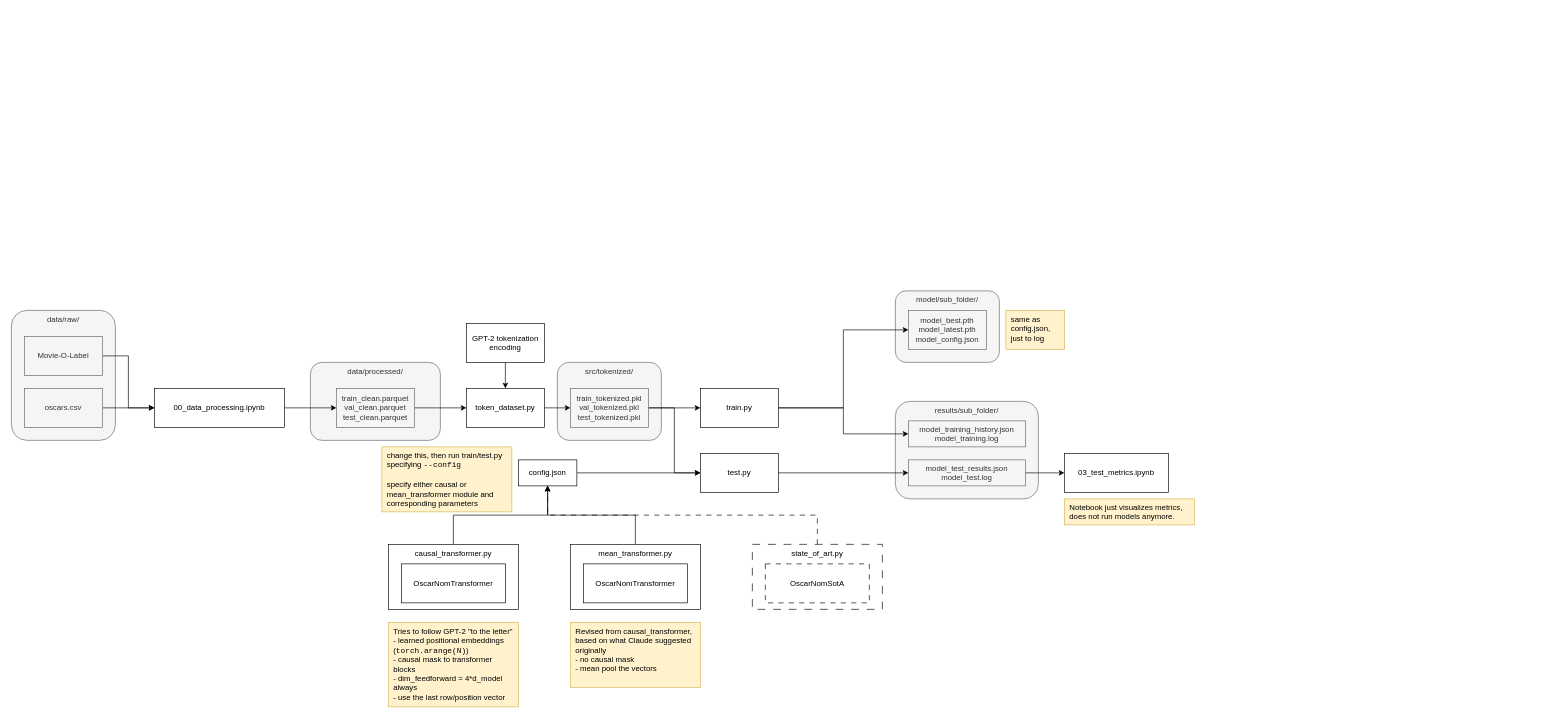
This is page "new" (2 of 2) of docs/pipeline.drawio from holistudio/oscar_nom_win, a draw.io file, before an edit. Source tidied: cells renumbered, new cells numbered last; positions are measured from the earlier drawing's top-left corner, leaving out a move shared by most shapes. Both pictures are drawn from the tidied source at 65%, with x=0, y=0 at pixel (11, 291).
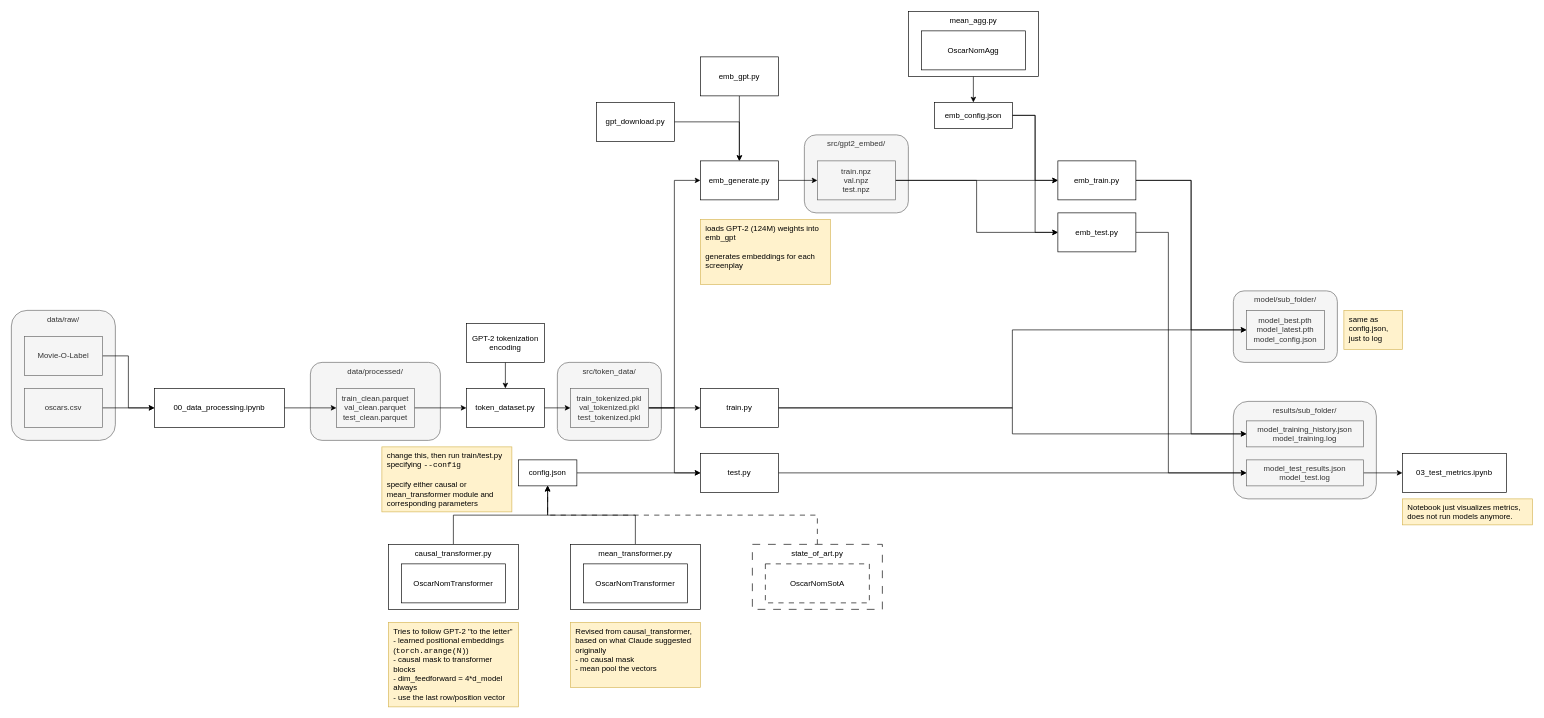
The same page after the edit.

Unchanged cells that the change refers to:
```xml
<mxCell id="21" value="train_tokenized.pkl&lt;div&gt;val_tokenized.pkl&lt;/div&gt;&lt;div&gt;test_tokenized.pkl&lt;/div&gt;" style="rounded=0;whiteSpace=wrap;html=1;fillColor=#f5f5f5;fontColor=#333333;strokeColor=#666666;" parent="1" vertex="1">
  <mxGeometry x="860" y="150" width="120" height="60" as="geometry" />
</mxCell>
```

Change to the diagram source:
```diff
@@
+    <mxCell id="48" value="src/gpt2_embed/" style="rounded=1;whiteSpace=wrap;html=1;fillColor=#f5f5f5;fontColor=#333333;strokeColor=#666666;verticalAlign=top;" parent="1" vertex="1">
+      <mxGeometry x="1220" y="-240" width="160" height="120" as="geometry" />
+    </mxCell>
     <mxCell id="2" value="model/sub_folder/" style="rounded=1;whiteSpace=wrap;html=1;fillColor=#f5f5f5;fontColor=#333333;strokeColor=#666666;verticalAlign=top;" parent="1" vertex="1">
-      <mxGeometry x="1360" width="160" height="110" as="geometry" />
+      <mxGeometry x="1880" width="160" height="110" as="geometry" />
     </mxCell>
     <mxCell id="3" value="results/sub_folder/" style="rounded=1;whiteSpace=wrap;html=1;fillColor=#f5f5f5;fontColor=#333333;strokeColor=#666666;verticalAlign=top;" parent="1" vertex="1">
-      <mxGeometry x="1360" y="170" width="220" height="150" as="geometry" />
+      <mxGeometry x="1880" y="170" width="220" height="150" as="geometry" />
     </mxCell>
-    <mxCell id="4" value="src/tokenized/" style="rounded=1;whiteSpace=wrap;html=1;fillColor=#f5f5f5;fontColor=#333333;strokeColor=#666666;verticalAlign=top;" parent="1" vertex="1">
+    <mxCell id="4" value="src/token_data/" style="rounded=1;whiteSpace=wrap;html=1;fillColor=#f5f5f5;fontColor=#333333;strokeColor=#666666;verticalAlign=top;" parent="1" vertex="1">
       <mxGeometry x="840" y="110" width="160" height="120" as="geometry" />
     </mxCell>
@@
+    <mxCell id="49" style="edgeStyle=orthogonalEdgeStyle;rounded=0;jettySize=auto;html=1;entryX=0;entryY=0.5;entryDx=0;entryDy=0;" parent="1" edge="1" source="21" target="51">
+      <mxGeometry relative="1" as="geometry" />
+    </mxCell>
@@
     <mxCell id="27" value="03_test_metrics.ipynb" style="rounded=0;whiteSpace=wrap;html=1;" parent="1" vertex="1">
-      <mxGeometry x="1620" y="250" width="160" height="60" as="geometry" />
+      <mxGeometry x="2140" y="250" width="160" height="60" as="geometry" />
     </mxCell>
@@
     <mxCell id="36" value="model_best.pth&lt;div&gt;model_latest.pth&lt;/div&gt;&lt;div&gt;model_config.json&lt;/div&gt;" style="rounded=0;whiteSpace=wrap;html=1;fillColor=#f5f5f5;fontColor=#333333;strokeColor=#666666;" parent="1" vertex="1">
-      <mxGeometry x="1380" y="30" width="120" height="60" as="geometry" />
+      <mxGeometry x="1900" y="30" width="120" height="60" as="geometry" />
     </mxCell>
@@
     <mxCell id="38" value="model_test_results.json&lt;div&gt;model_test.log&lt;/div&gt;" style="rounded=0;whiteSpace=wrap;html=1;fillColor=#f5f5f5;fontColor=#333333;strokeColor=#666666;" parent="1" vertex="1">
-      <mxGeometry x="1380" y="260" width="180" height="40" as="geometry" />
+      <mxGeometry x="1900" y="260" width="180" height="40" as="geometry" />
     </mxCell>
@@
     <mxCell id="41" value="same as config.json,&amp;nbsp;&lt;div&gt;just to log&lt;/div&gt;" style="rounded=0;whiteSpace=wrap;html=1;fillColor=#fff2cc;strokeColor=#d6b656;verticalAlign=top;align=left;spacingLeft=6;spacingRight=6;" parent="1" vertex="1">
-      <mxGeometry x="1530" y="30" width="90" height="60" as="geometry" />
+      <mxGeometry x="2050" y="30" width="90" height="60" as="geometry" />
     </mxCell>
@@
     <mxCell id="43" value="model_training_history.json&lt;div&gt;model_training.log&lt;/div&gt;" style="rounded=0;whiteSpace=wrap;html=1;fillColor=#f5f5f5;fontColor=#333333;strokeColor=#666666;" parent="1" vertex="1">
-      <mxGeometry x="1380" y="200" width="180" height="40" as="geometry" />
+      <mxGeometry x="1900" y="200" width="180" height="40" as="geometry" />
     </mxCell>
     <mxCell id="44" value="Notebook just visualizes metrics, does not run models anymore." style="rounded=0;whiteSpace=wrap;html=1;fillColor=#fff2cc;strokeColor=#d6b656;verticalAlign=top;align=left;spacingLeft=6;spacingRight=6;" parent="1" vertex="1">
-      <mxGeometry x="1620" y="320" width="200" height="40" as="geometry" />
+      <mxGeometry x="2140" y="320" width="200" height="40" as="geometry" />
     </mxCell>
@@
+    <mxCell id="50" style="edgeStyle=orthogonalEdgeStyle;rounded=0;jettySize=auto;html=1;entryX=0;entryY=0.5;entryDx=0;entryDy=0;" parent="1" edge="1" source="51" target="58">
+      <mxGeometry relative="1" as="geometry" />
+    </mxCell>
+    <mxCell id="51" value="emb_generate.py" style="rounded=0;whiteSpace=wrap;html=1;" parent="1" vertex="1">
+      <mxGeometry x="1060" y="-200" width="120" height="60" as="geometry" />
+    </mxCell>
+    <mxCell id="52" style="edgeStyle=orthogonalEdgeStyle;rounded=0;jettySize=auto;html=1;entryX=0.5;entryY=0;entryDx=0;entryDy=0;" parent="1" edge="1" source="53" target="51">
+      <mxGeometry relative="1" as="geometry" />
+    </mxCell>
+    <mxCell id="53" value="emb_gpt.py" style="rounded=0;whiteSpace=wrap;html=1;" parent="1" vertex="1">
+      <mxGeometry x="1060" y="-360" width="120" height="60" as="geometry" />
+    </mxCell>
+    <mxCell id="54" style="edgeStyle=orthogonalEdgeStyle;rounded=0;jettySize=auto;html=1;entryX=0.5;entryY=0;entryDx=0;entryDy=0;" parent="1" edge="1" source="55" target="51">
+      <mxGeometry relative="1" as="geometry" />
+    </mxCell>
+    <mxCell id="55" value="gpt_download.py" style="rounded=0;whiteSpace=wrap;html=1;" parent="1" vertex="1">
+      <mxGeometry x="900" y="-290" width="120" height="60" as="geometry" />
+    </mxCell>
+    <mxCell id="56" style="edgeStyle=orthogonalEdgeStyle;rounded=0;jettySize=auto;html=1;entryX=0;entryY=0.5;entryDx=0;entryDy=0;" parent="1" edge="1" source="58" target="63">
+      <mxGeometry relative="1" as="geometry" />
+    </mxCell>
+    <mxCell id="57" style="edgeStyle=orthogonalEdgeStyle;rounded=0;jettySize=auto;html=1;entryX=0;entryY=0.5;entryDx=0;entryDy=0;" parent="1" edge="1" source="58" target="61">
+      <mxGeometry relative="1" as="geometry" />
+    </mxCell>
+    <mxCell id="58" value="train.npz&lt;div&gt;val.npz&lt;/div&gt;&lt;div&gt;test.npz&lt;/div&gt;" style="rounded=0;whiteSpace=wrap;html=1;fillColor=#f5f5f5;fontColor=#333333;strokeColor=#666666;" parent="1" vertex="1">
+      <mxGeometry x="1240" y="-200" width="120" height="60" as="geometry" />
+    </mxCell>
+    <mxCell id="59" style="edgeStyle=orthogonalEdgeStyle;rounded=0;jettySize=auto;html=1;entryX=0;entryY=0.5;entryDx=0;entryDy=0;" parent="1" edge="1" source="61" target="36">
+      <mxGeometry relative="1" as="geometry" />
+    </mxCell>
+    <mxCell id="60" style="edgeStyle=orthogonalEdgeStyle;rounded=0;jettySize=auto;html=1;entryX=0;entryY=0.5;entryDx=0;entryDy=0;" parent="1" edge="1" source="61" target="43">
+      <mxGeometry relative="1" as="geometry" />
+    </mxCell>
+    <mxCell id="61" value="emb_train.py" style="rounded=0;whiteSpace=wrap;html=1;" parent="1" vertex="1">
+      <mxGeometry x="1610" y="-200" width="120" height="60" as="geometry" />
+    </mxCell>
+    <mxCell id="62" style="edgeStyle=orthogonalEdgeStyle;rounded=0;jettySize=auto;html=1;entryX=0;entryY=0.5;entryDx=0;entryDy=0;" parent="1" edge="1" source="63" target="38">
+      <mxGeometry relative="1" as="geometry">
+        <Array as="points">
+          <mxPoint x="1780" y="-90" />
+          <mxPoint x="1780" y="280" />
+        </Array>
+      </mxGeometry>
+    </mxCell>
+    <mxCell id="63" value="emb_test.py" style="rounded=0;whiteSpace=wrap;html=1;" parent="1" vertex="1">
+      <mxGeometry x="1610" y="-120" width="120" height="60" as="geometry" />
+    </mxCell>
+    <mxCell id="64" style="edgeStyle=orthogonalEdgeStyle;rounded=0;jettySize=auto;html=1;entryX=0;entryY=0.5;entryDx=0;entryDy=0;" parent="1" edge="1" source="66" target="61">
+      <mxGeometry relative="1" as="geometry" />
+    </mxCell>
+    <mxCell id="65" style="edgeStyle=orthogonalEdgeStyle;rounded=0;jettySize=auto;html=1;entryX=0;entryY=0.5;entryDx=0;entryDy=0;" parent="1" edge="1" source="66" target="63">
+      <mxGeometry relative="1" as="geometry" />
+    </mxCell>
+    <mxCell id="66" value="emb_config.json" style="rounded=0;whiteSpace=wrap;html=1;" parent="1" vertex="1">
+      <mxGeometry x="1420" y="-290" width="120" height="40" as="geometry" />
+    </mxCell>
+    <mxCell id="67" style="edgeStyle=orthogonalEdgeStyle;rounded=0;jettySize=auto;html=1;entryX=0.5;entryY=0;entryDx=0;entryDy=0;" parent="1" edge="1" source="68" target="66">
+      <mxGeometry relative="1" as="geometry" />
+    </mxCell>
+    <mxCell id="68" value="mean_agg.py" style="rounded=0;whiteSpace=wrap;html=1;verticalAlign=top;" parent="1" vertex="1">
+      <mxGeometry x="1380" y="-430" width="200" height="100" as="geometry" />
+    </mxCell>
+    <mxCell id="69" value="OscarNomAgg" style="rounded=0;whiteSpace=wrap;html=1;" parent="1" vertex="1">
+      <mxGeometry x="1400" y="-400" width="160" height="60" as="geometry" />
+    </mxCell>
+    <mxCell id="70" value="loads GPT-2 (124M) weights into emb_gpt&lt;div&gt;&lt;br&gt;&lt;/div&gt;&lt;div&gt;generates embeddings for each screenplay&lt;/div&gt;" style="rounded=0;whiteSpace=wrap;html=1;fillColor=#fff2cc;strokeColor=#d6b656;verticalAlign=top;align=left;spacingLeft=6;spacingRight=6;" parent="1" vertex="1">
+      <mxGeometry x="1060" y="-110" width="200" height="100" as="geometry" />
+    </mxCell>
```
